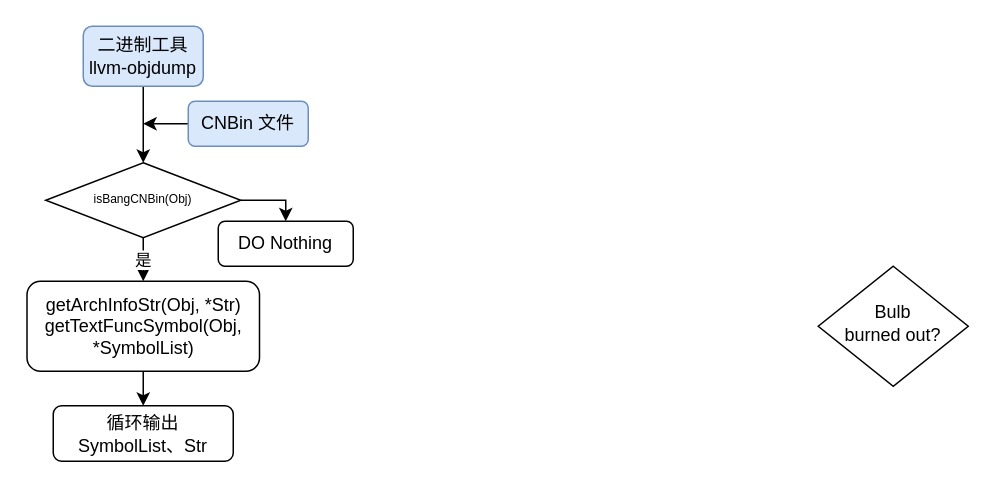
liyp1120/draw.io keeps this draw.io diagram as list-elf.drawio. Above is the earlier version. Source tidied: cells renumbered, new cells numbered last; positions are measured from the earlier drawing's top-left corner, leaving out a move shared by most shapes. Both pictures are drawn from the tidied source at 150%, with x=0, y=0 at pixel (26, 26).
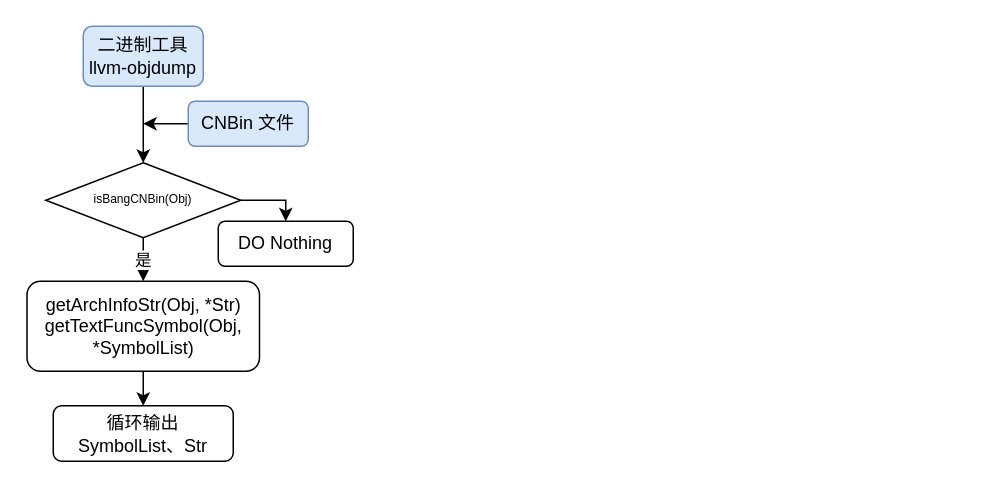
The same diagram, later.

The edit, as a diff of the source:
```diff
@@
 <mxGraphModel>
   <root>
     <mxCell id="0" />
     <mxCell id="1" parent="0" />
     <mxCell id="2" style="edgeStyle=orthogonalEdgeStyle;rounded=0;jettySize=auto;html=1;exitX=0.5;exitY=1;exitDx=0;exitDy=0;entryX=0.5;entryY=0;entryDx=0;entryDy=0;" parent="1" edge="1" source="3" target="6">
       <mxGeometry relative="1" as="geometry" />
     </mxCell>
     <mxCell id="3" value="二进制工具&lt;br&gt;llvm-objdump" style="rounded=1;whiteSpace=wrap;html=1;fontSize=12;glass=0;strokeWidth=1;shadow=0;fillColor=#dae8fc;strokeColor=#6c8ebf;" parent="1" vertex="1">
       <mxGeometry x="38" width="80" height="40" as="geometry" />
     </mxCell>
     <mxCell id="4" value="是" style="edgeStyle=orthogonalEdgeStyle;rounded=0;jettySize=auto;html=1;exitX=0.5;exitY=1;exitDx=0;exitDy=0;entryX=0.5;entryY=0;entryDx=0;entryDy=0;" parent="1" edge="1" source="6" target="10">
       <mxGeometry relative="1" as="geometry" />
     </mxCell>
     <mxCell id="5" style="edgeStyle=orthogonalEdgeStyle;rounded=0;jettySize=auto;html=1;exitX=1;exitY=0.5;exitDx=0;exitDy=0;entryX=0.5;entryY=0;entryDx=0;entryDy=0;" parent="1" edge="1" source="6" target="13">
       <mxGeometry relative="1" as="geometry" />
     </mxCell>
     <mxCell id="6" value="&lt;font style=&quot;font-size: 8px;&quot;&gt;isBangCNBin(Obj)&lt;/font&gt;" style="rhombus;whiteSpace=wrap;html=1;shadow=0;fontFamily=Helvetica;fontSize=12;align=center;strokeWidth=1;spacing=6;spacingTop=-4;" parent="1" vertex="1">
       <mxGeometry x="13" y="91" width="130" height="50" as="geometry" />
     </mxCell>
-    <mxCell id="7" value="Bulb&lt;br&gt;burned out?" style="rhombus;whiteSpace=wrap;html=1;shadow=0;fontFamily=Helvetica;fontSize=12;align=center;strokeWidth=1;spacing=6;spacingTop=-4;" parent="1" vertex="1">
-      <mxGeometry x="528" y="160" width="100" height="80" as="geometry" />
-    </mxCell>
     <mxCell id="8" value="循环输出 SymbolList、Str" style="rounded=1;whiteSpace=wrap;html=1;fontSize=12;glass=0;strokeWidth=1;shadow=0;" parent="1" vertex="1">
       <mxGeometry x="18" y="253" width="120" height="37" as="geometry" />
     </mxCell>
     <mxCell id="9" style="edgeStyle=orthogonalEdgeStyle;rounded=0;jettySize=auto;html=1;exitX=0.5;exitY=1;exitDx=0;exitDy=0;entryX=0.5;entryY=0;entryDx=0;entryDy=0;" parent="1" edge="1" source="10" target="8">
       <mxGeometry relative="1" as="geometry" />
     </mxCell>
     <mxCell id="10" value="getArchInfoStr(Obj, *Str)&lt;br&gt;getTextFuncSymbol(Obj, *SymbolList)" style="rounded=1;whiteSpace=wrap;html=1;fontSize=12;glass=0;strokeWidth=1;shadow=0;" parent="1" vertex="1">
       <mxGeometry x="0.5" y="170" width="155" height="60" as="geometry" />
     </mxCell>
     <mxCell id="11" style="edgeStyle=orthogonalEdgeStyle;rounded=0;jettySize=auto;html=1;exitX=0;exitY=0.5;exitDx=0;exitDy=0;" parent="1" edge="1" source="12">
       <mxGeometry relative="1" as="geometry">
         <mxPoint x="78" y="65" as="targetPoint" />
       </mxGeometry>
     </mxCell>
     <mxCell id="12" value="CNBin 文件" style="rounded=1;whiteSpace=wrap;html=1;fontSize=12;glass=0;strokeWidth=1;shadow=0;fillColor=#dae8fc;strokeColor=#6c8ebf;" parent="1" vertex="1">
       <mxGeometry x="108" y="50" width="80" height="30" as="geometry" />
     </mxCell>
     <mxCell id="13" value="DO Nothing" style="rounded=1;whiteSpace=wrap;html=1;fontSize=12;glass=0;strokeWidth=1;shadow=0;" parent="1" vertex="1">
       <mxGeometry x="128" y="130" width="90" height="30" as="geometry" />
     </mxCell>
   </root>
 </mxGraphModel>
```
